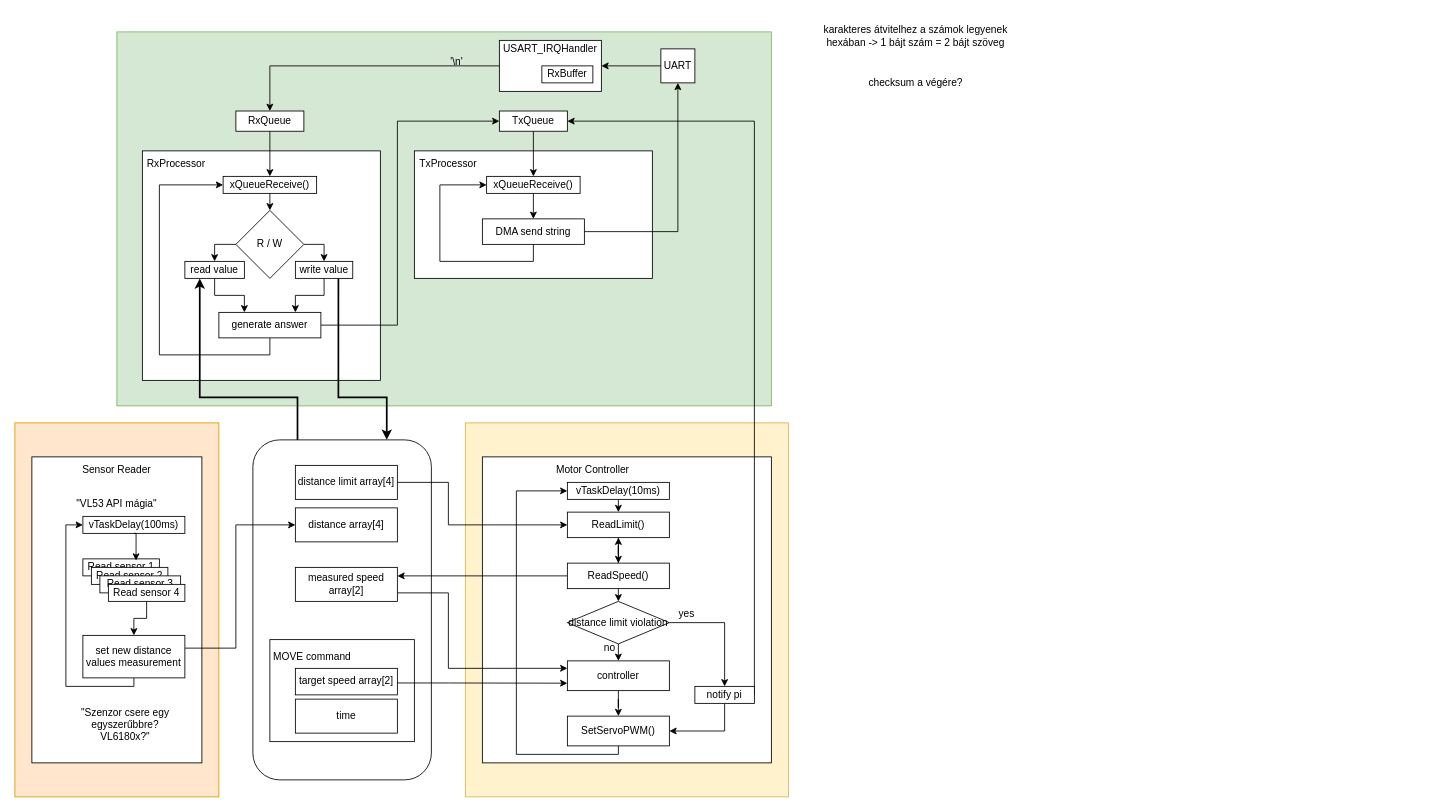
Before: Untitled Diagram.drawio in GaryBlackbourne/raspberry-robot, a draw.io diagram. Source tidied: cells renumbered, new cells numbered last; positions are measured from the earlier drawing's top-left corner, leaving out a move shared by most shapes. Both pictures are drawn from the tidied source at 85%, with x=0, y=0 at pixel (14, -139).
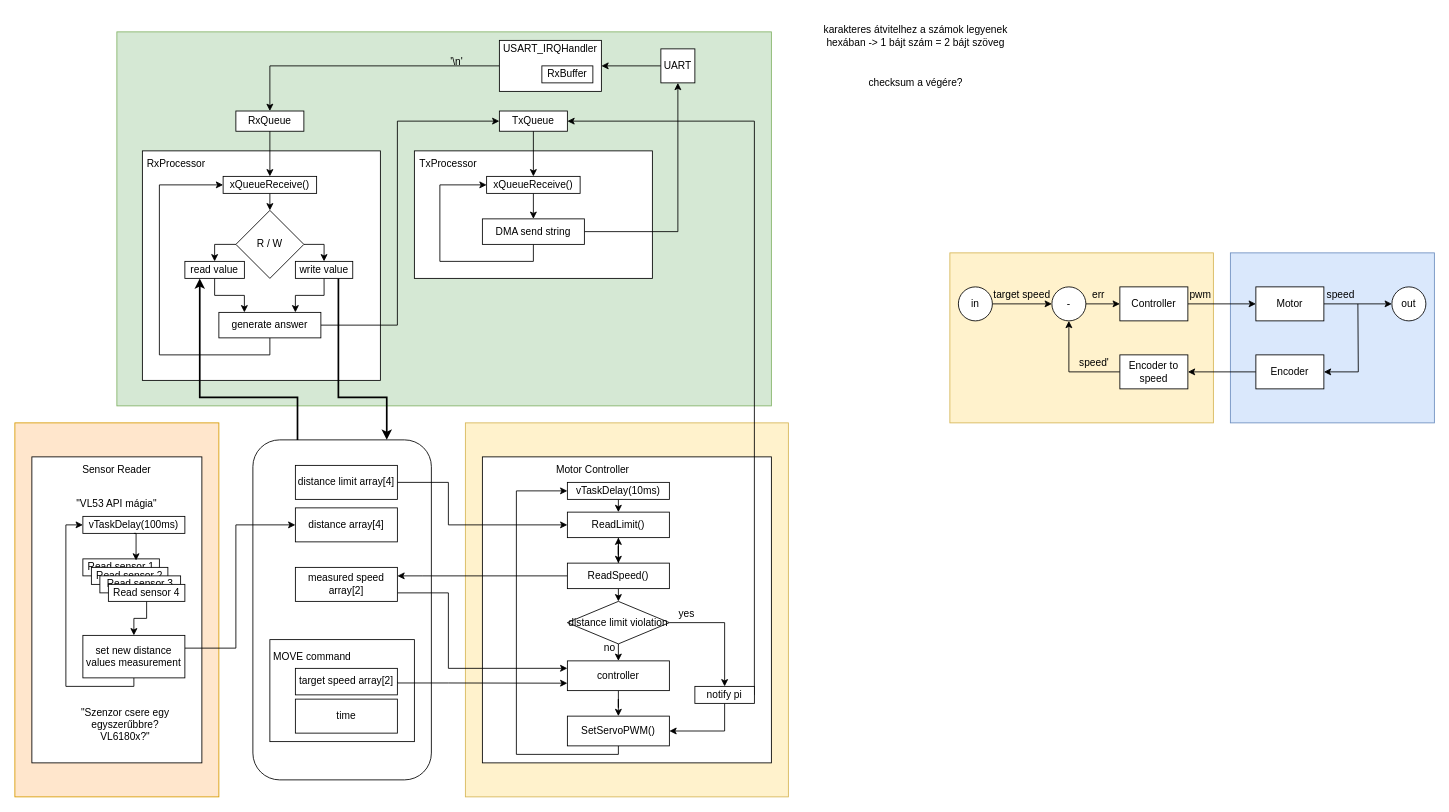
The same diagram, later.

Commit message:
Add controller diagram to drawio file

Change to the diagram source:
```diff
@@
+    <mxCell id="90" style="rounded=0;whiteSpace=wrap;html=1;fillColor=#dae8fc;strokeColor=#6c8ebf;" parent="1" vertex="1">
+      <mxGeometry x="1430" y="460" width="240" height="200" as="geometry" />
+    </mxCell>
+    <mxCell id="91" style="rounded=0;whiteSpace=wrap;html=1;fillColor=#fff2cc;strokeColor=#d6b656;" parent="1" vertex="1">
+      <mxGeometry x="1100" y="460" width="310" height="200" as="geometry" />
+    </mxCell>
@@
+    <mxCell id="92" style="edgeStyle=orthogonalEdgeStyle;rounded=0;jettySize=auto;html=1;exitX=1;exitY=0.5;exitDx=0;exitDy=0;entryX=0;entryY=0.5;entryDx=0;entryDy=0;" parent="1" edge="1" source="93" target="94">
+      <mxGeometry relative="1" as="geometry" />
+    </mxCell>
+    <mxCell id="93" value="Motor" style="rounded=0;whiteSpace=wrap;html=1;" parent="1" vertex="1">
+      <mxGeometry x="1460" y="500" width="80" height="40" as="geometry" />
+    </mxCell>
+    <mxCell id="94" value="out" style="ellipse;whiteSpace=wrap;html=1;" parent="1" vertex="1">
+      <mxGeometry x="1620" y="500" width="40" height="40" as="geometry" />
+    </mxCell>
+    <mxCell id="95" style="edgeStyle=orthogonalEdgeStyle;rounded=0;jettySize=auto;html=1;startArrow=classic;startFill=1;endArrow=none;endFill=0;" parent="1" edge="1" source="97">
+      <mxGeometry relative="1" as="geometry">
+        <mxPoint x="1580" y="520" as="targetPoint" />
+      </mxGeometry>
+    </mxCell>
+    <mxCell id="96" style="edgeStyle=orthogonalEdgeStyle;rounded=0;jettySize=auto;html=1;exitX=0;exitY=0.5;exitDx=0;exitDy=0;entryX=1;entryY=0.5;entryDx=0;entryDy=0;" parent="1" edge="1" source="97" target="107">
+      <mxGeometry relative="1" as="geometry" />
+    </mxCell>
+    <mxCell id="97" value="Encoder" style="rounded=0;whiteSpace=wrap;html=1;" parent="1" vertex="1">
+      <mxGeometry x="1460" y="580" width="80" height="40" as="geometry" />
+    </mxCell>
+    <mxCell id="98" style="edgeStyle=orthogonalEdgeStyle;rounded=0;jettySize=auto;html=1;entryX=0;entryY=0.5;entryDx=0;entryDy=0;" parent="1" edge="1" source="99" target="93">
+      <mxGeometry relative="1" as="geometry" />
+    </mxCell>
+    <mxCell id="99" value="Controller" style="rounded=0;whiteSpace=wrap;html=1;" parent="1" vertex="1">
+      <mxGeometry x="1300" y="500" width="80" height="40" as="geometry" />
+    </mxCell>
+    <mxCell id="100" value="speed" style="text;html=1;strokeColor=none;fillColor=none;align=center;verticalAlign=middle;whiteSpace=wrap;rounded=0;" parent="1" vertex="1">
+      <mxGeometry x="1540" y="500" width="40" height="20" as="geometry" />
+    </mxCell>
+    <mxCell id="101" value="pwm" style="text;html=1;strokeColor=none;fillColor=none;align=center;verticalAlign=middle;whiteSpace=wrap;rounded=0;" parent="1" vertex="1">
+      <mxGeometry x="1370" y="500" width="50" height="20" as="geometry" />
+    </mxCell>
+    <mxCell id="102" style="edgeStyle=orthogonalEdgeStyle;rounded=0;jettySize=auto;html=1;" parent="1" edge="1" source="103" target="105">
+      <mxGeometry relative="1" as="geometry" />
+    </mxCell>
+    <mxCell id="103" value="in" style="ellipse;whiteSpace=wrap;html=1;" parent="1" vertex="1">
+      <mxGeometry x="1110" y="500" width="40" height="40" as="geometry" />
+    </mxCell>
+    <mxCell id="104" style="edgeStyle=orthogonalEdgeStyle;rounded=0;jettySize=auto;html=1;exitX=1;exitY=0.5;exitDx=0;exitDy=0;entryX=0;entryY=0.5;entryDx=0;entryDy=0;" parent="1" edge="1" source="105" target="99">
+      <mxGeometry relative="1" as="geometry" />
+    </mxCell>
+    <mxCell id="105" value="-" style="ellipse;whiteSpace=wrap;html=1;" parent="1" vertex="1">
+      <mxGeometry x="1220" y="500" width="40" height="40" as="geometry" />
+    </mxCell>
+    <mxCell id="106" style="edgeStyle=orthogonalEdgeStyle;rounded=0;jettySize=auto;html=1;entryX=0.5;entryY=1;entryDx=0;entryDy=0;" parent="1" edge="1" source="107" target="105">
+      <mxGeometry relative="1" as="geometry" />
+    </mxCell>
+    <mxCell id="107" value="Encoder to speed" style="rounded=0;whiteSpace=wrap;html=1;" parent="1" vertex="1">
+      <mxGeometry x="1300" y="580" width="80" height="40" as="geometry" />
+    </mxCell>
+    <mxCell id="108" value="err" style="text;html=1;strokeColor=none;fillColor=none;align=center;verticalAlign=middle;whiteSpace=wrap;rounded=0;" parent="1" vertex="1">
+      <mxGeometry x="1260" y="500" width="30" height="20" as="geometry" />
+    </mxCell>
+    <mxCell id="109" value="speed'" style="text;html=1;strokeColor=none;fillColor=none;align=center;verticalAlign=middle;whiteSpace=wrap;rounded=0;" parent="1" vertex="1">
+      <mxGeometry x="1240" y="580" width="60" height="20" as="geometry" />
+    </mxCell>
+    <mxCell id="110" value="target speed" style="text;html=1;strokeColor=none;fillColor=none;align=center;verticalAlign=middle;whiteSpace=wrap;rounded=0;" parent="1" vertex="1">
+      <mxGeometry x="1150" y="500" width="70" height="20" as="geometry" />
+    </mxCell>
```
